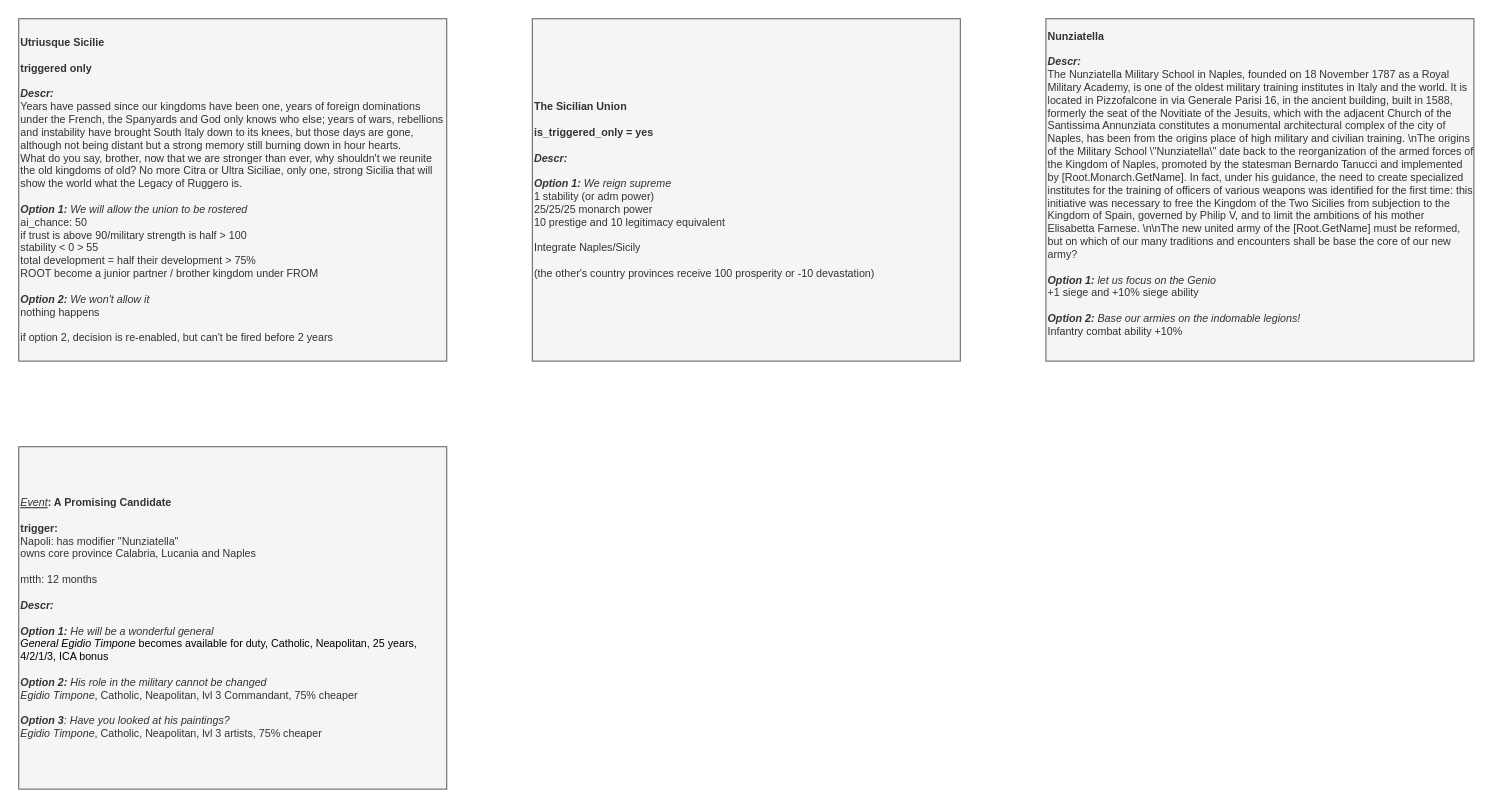
This is page "Event" (3 of 4) of It's Pizza and Cannoli Time/It's Pizza and Cannoli Time.drawio from Melvasul/Missions-Expanded, a draw.io file, before an edit. Source tidied: cells renumbered, new cells numbered last; positions are measured from the earlier drawing's top-left corner, leaving out a move shared by most shapes. Both pictures are drawn from the tidied source at 107%, with x=0, y=0 at pixel (18, 18).
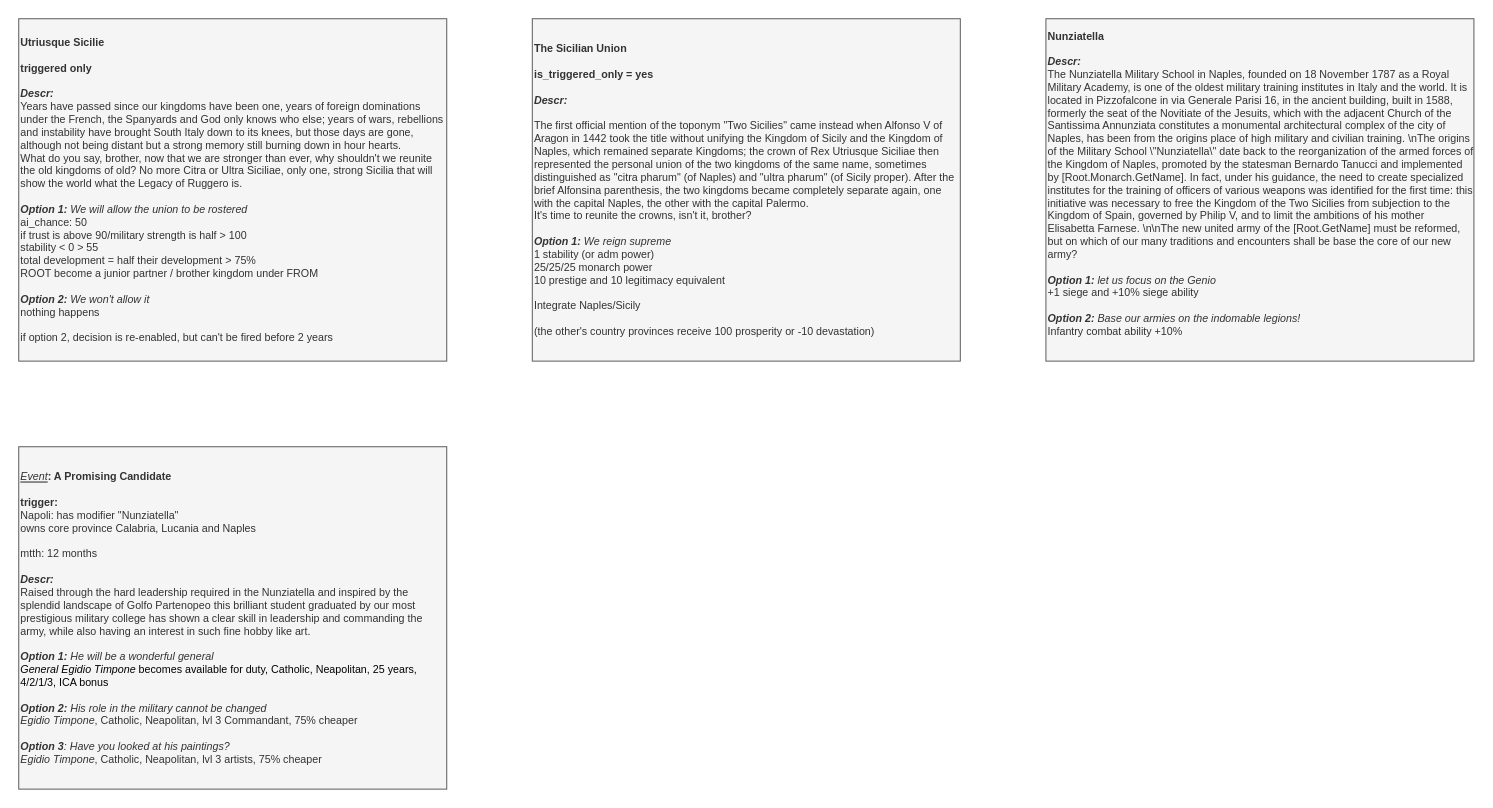
The same diagram, later.

What changed in the source:
```diff
@@
 <mxGraphModel>
   <root>
     <mxCell id="0" />
     <mxCell id="1" parent="0" />
     <mxCell id="2" value="&lt;div style=&quot;font-size: 10px&quot;&gt;&lt;b style=&quot;font-size: 10px&quot;&gt;Utriusque Sicilie&lt;/b&gt;&lt;/div&gt;&lt;div style=&quot;font-size: 10px&quot;&gt;&lt;b style=&quot;font-size: 10px&quot;&gt;&lt;br style=&quot;font-size: 10px&quot;&gt;&lt;/b&gt;&lt;/div&gt;&lt;div style=&quot;font-size: 10px&quot;&gt;&lt;b style=&quot;font-size: 10px&quot;&gt;triggered only&lt;/b&gt;&lt;/div&gt;&lt;div style=&quot;font-size: 10px&quot;&gt;&lt;b style=&quot;font-size: 10px&quot;&gt;&lt;br&gt;&lt;/b&gt;&lt;/div&gt;&lt;div style=&quot;font-size: 10px&quot;&gt;&lt;font style=&quot;font-size: 10px&quot;&gt;&lt;div style=&quot;font-size: 10px&quot;&gt;&lt;b style=&quot;font-size: 10px&quot;&gt;&lt;i style=&quot;font-size: 10px&quot;&gt;Descr:&amp;nbsp;&lt;/i&gt;&lt;/b&gt;&lt;/div&gt;&lt;div style=&quot;font-size: 10px&quot;&gt;Years have passed since our kingdoms have been one, years of foreign dominations under the French, the Spanyards and God only knows who else; years of wars, rebellions and instability have brought South Italy down to its knees, but those days are gone, although not being distant but a strong memory still burning down in hour hearts.&lt;/div&gt;&lt;div style=&quot;font-size: 10px&quot;&gt;What do you say, brother, now that we are stronger than ever, why shouldn't we reunite the old kingdoms of old? No more Citra or Ultra Siciliae, only one, strong Sicilia that will show the world what the Legacy of Ruggero is.&lt;/div&gt;&lt;div style=&quot;font-size: 10px&quot;&gt;&lt;br style=&quot;font-size: 10px&quot;&gt;&lt;/div&gt;&lt;/font&gt;&lt;/div&gt;&lt;div style=&quot;font-size: 10px&quot;&gt;&lt;/div&gt;&lt;font style=&quot;font-size: 10px&quot;&gt;&lt;b style=&quot;font-size: 10px ; font-style: italic&quot;&gt;Option 1:&lt;/b&gt;&lt;span style=&quot;font-size: 10px ; font-style: italic&quot;&gt; &lt;/span&gt;&lt;i style=&quot;font-size: 10px&quot;&gt;We will allow the union to be rostered&lt;br style=&quot;font-size: 10px&quot;&gt;&lt;/i&gt;ai_chance: 50&lt;br style=&quot;font-size: 10px&quot;&gt;if trust is above 90/military strength is half &amp;gt; 100&lt;br style=&quot;font-size: 10px&quot;&gt;stability &amp;lt; 0 &amp;gt; 55&lt;br style=&quot;font-size: 10px&quot;&gt;total development = half their development &amp;gt; 75%&lt;br style=&quot;font-size: 10px&quot;&gt;ROOT become a junior partner / brother kingdom under FROM&lt;br style=&quot;font-size: 10px&quot;&gt;&lt;br style=&quot;font-size: 10px&quot;&gt;&lt;span style=&quot;font-size: 10px&quot;&gt;&lt;i style=&quot;font-size: 10px&quot;&gt;&lt;b style=&quot;font-size: 10px&quot;&gt;Option 2:&lt;/b&gt;&amp;nbsp;&lt;/i&gt;&lt;span style=&quot;font-size: 10px&quot;&gt;&lt;i style=&quot;font-size: 10px&quot;&gt;We won't allow it&lt;/i&gt;&lt;/span&gt;&lt;/span&gt;&lt;div style=&quot;font-size: 10px&quot;&gt;nothing happens&lt;/div&gt;&lt;div style=&quot;font-size: 10px&quot;&gt;&lt;br style=&quot;font-size: 10px&quot;&gt;&lt;/div&gt;&lt;div style=&quot;font-size: 10px&quot;&gt;if option 2, decision is re-enabled, but can't be fired before 2 years&lt;/div&gt;&lt;/font&gt;" style="rounded=0;whiteSpace=wrap;html=1;align=left;fontSize=10;fillColor=#f5f5f5;strokeColor=#666666;fontColor=#333333;" parent="1" vertex="1">
       <mxGeometry width="400" height="320" as="geometry" />
     </mxCell>
-    <mxCell id="3" value="&lt;div style=&quot;font-size: 10px;&quot;&gt;&lt;i style=&quot;font-size: 10px;&quot;&gt;&lt;u style=&quot;font-size: 10px;&quot;&gt;Event&lt;/u&gt;&lt;/i&gt;&lt;b style=&quot;font-size: 10px;&quot;&gt;: A Promising Candidate&lt;/b&gt;&lt;/div&gt;&lt;div style=&quot;font-size: 10px;&quot;&gt;&lt;b style=&quot;font-size: 10px;&quot;&gt;&lt;br style=&quot;font-size: 10px;&quot;&gt;&lt;/b&gt;&lt;/div&gt;&lt;div style=&quot;font-size: 10px;&quot;&gt;&lt;span style=&quot;font-size: 10px;&quot;&gt;&lt;b style=&quot;font-size: 10px;&quot;&gt;trigger:&lt;/b&gt;&amp;nbsp;&lt;/span&gt;&lt;/div&gt;&lt;div style=&quot;font-size: 10px;&quot;&gt;&lt;span style=&quot;font-size: 10px;&quot;&gt;Napoli: has modifier &quot;Nunziatella&quot;&lt;/span&gt;&lt;/div&gt;&lt;div style=&quot;font-size: 10px;&quot;&gt;&lt;span style=&quot;font-size: 10px;&quot;&gt;owns core province Calabria, Lucania and Naples&lt;/span&gt;&lt;/div&gt;&lt;div style=&quot;font-size: 10px;&quot;&gt;&lt;span style=&quot;font-size: 10px;&quot;&gt;&lt;br style=&quot;font-size: 10px;&quot;&gt;&lt;/span&gt;&lt;/div&gt;&lt;div style=&quot;font-size: 10px;&quot;&gt;&lt;span style=&quot;font-size: 10px;&quot;&gt;mtth: 12 months&lt;/span&gt;&lt;/div&gt;&lt;div style=&quot;font-size: 10px;&quot;&gt;&lt;b style=&quot;font-size: 10px;&quot;&gt;&lt;br style=&quot;font-size: 10px;&quot;&gt;&lt;/b&gt;&lt;/div&gt;&lt;div style=&quot;font-size: 10px;&quot;&gt;&lt;font style=&quot;font-size: 10px;&quot;&gt;&lt;div style=&quot;font-size: 10px;&quot;&gt;&lt;b style=&quot;font-size: 10px;&quot;&gt;&lt;i style=&quot;font-size: 10px;&quot;&gt;Descr:&amp;nbsp;&lt;/i&gt;&lt;/b&gt;&lt;/div&gt;&lt;div style=&quot;font-size: 10px;&quot;&gt;&lt;br style=&quot;font-size: 10px;&quot;&gt;&lt;/div&gt;&lt;/font&gt;&lt;/div&gt;&lt;div style=&quot;font-size: 10px;&quot;&gt;&lt;/div&gt;&lt;font style=&quot;font-size: 10px;&quot;&gt;&lt;b style=&quot;font-size: 10px; font-style: italic;&quot;&gt;Option 1:&lt;/b&gt;&lt;span style=&quot;font-size: 10px; font-style: italic;&quot;&gt;&amp;nbsp;He will be a wonderful general&lt;/span&gt;&lt;br class=&quot;Apple-interchange-newline&quot; style=&quot;font-size: 10px;&quot;&gt;&lt;i style=&quot;font-size: 10px;&quot;&gt;&lt;span style=&quot;color: rgb(0, 0, 0); font-size: 10px;&quot;&gt;General&amp;nbsp;&lt;/span&gt;&lt;span style=&quot;color: rgb(0, 0, 0); font-size: 10px;&quot;&gt;Egidio Timpone&lt;/span&gt;&lt;/i&gt;&lt;span style=&quot;color: rgb(0, 0, 0); font-size: 10px;&quot;&gt;&amp;nbsp;becomes available for duty, Catholic, Neapolitan, 25 years, 4/2/1/3, ICA bonus&lt;/span&gt;&lt;br style=&quot;font-size: 10px;&quot;&gt;&lt;br style=&quot;font-size: 10px;&quot;&gt;&lt;span style=&quot;font-size: 10px;&quot;&gt;&lt;span style=&quot;font-size: 10px;&quot;&gt;&lt;b style=&quot;font-style: italic; font-size: 10px;&quot;&gt;Option 2:&lt;/b&gt;&lt;i style=&quot;font-size: 10px;&quot;&gt;&amp;nbsp;His role in the military cannot be changed&lt;/i&gt;&lt;br style=&quot;font-size: 10px;&quot;&gt;&lt;i style=&quot;font-size: 10px;&quot;&gt;Egidio Timpone&lt;/i&gt;, Catholic, Neapolitan, lvl 3 Commandant, 75% cheaper&lt;br style=&quot;font-size: 10px;&quot;&gt;&lt;br style=&quot;font-size: 10px;&quot;&gt;&lt;b style=&quot;font-style: italic; font-size: 10px;&quot;&gt;Option 3&lt;/b&gt;&lt;i style=&quot;font-size: 10px;&quot;&gt;: Have you looked at his paintings?&lt;/i&gt;&lt;br style=&quot;font-size: 10px;&quot;&gt;&lt;i style=&quot;font-size: 10px;&quot;&gt;Egidio Timpone&lt;/i&gt;, Catholic, Neapolitan, lvl 3 artists, 75% cheaper&lt;br style=&quot;font-size: 10px;&quot;&gt;&lt;/span&gt;&lt;/span&gt;&lt;/font&gt;" style="rounded=0;whiteSpace=wrap;html=1;align=left;fontSize=10;fillColor=#f5f5f5;strokeColor=#666666;fontColor=#333333;" parent="1" vertex="1">
+    <mxCell id="3" value="&lt;div style=&quot;font-size: 10px&quot;&gt;&lt;i style=&quot;font-size: 10px&quot;&gt;&lt;u style=&quot;font-size: 10px&quot;&gt;Event&lt;/u&gt;&lt;/i&gt;&lt;b style=&quot;font-size: 10px&quot;&gt;: A Promising Candidate&lt;/b&gt;&lt;/div&gt;&lt;div style=&quot;font-size: 10px&quot;&gt;&lt;b style=&quot;font-size: 10px&quot;&gt;&lt;br style=&quot;font-size: 10px&quot;&gt;&lt;/b&gt;&lt;/div&gt;&lt;div style=&quot;font-size: 10px&quot;&gt;&lt;span style=&quot;font-size: 10px&quot;&gt;&lt;b style=&quot;font-size: 10px&quot;&gt;trigger:&lt;/b&gt;&amp;nbsp;&lt;/span&gt;&lt;/div&gt;&lt;div style=&quot;font-size: 10px&quot;&gt;&lt;span style=&quot;font-size: 10px&quot;&gt;Napoli: has modifier &quot;Nunziatella&quot;&lt;/span&gt;&lt;/div&gt;&lt;div style=&quot;font-size: 10px&quot;&gt;&lt;span style=&quot;font-size: 10px&quot;&gt;owns core province Calabria, Lucania and Naples&lt;/span&gt;&lt;/div&gt;&lt;div style=&quot;font-size: 10px&quot;&gt;&lt;span style=&quot;font-size: 10px&quot;&gt;&lt;br style=&quot;font-size: 10px&quot;&gt;&lt;/span&gt;&lt;/div&gt;&lt;div style=&quot;font-size: 10px&quot;&gt;&lt;span style=&quot;font-size: 10px&quot;&gt;mtth: 12 months&lt;/span&gt;&lt;/div&gt;&lt;div style=&quot;font-size: 10px&quot;&gt;&lt;b style=&quot;font-size: 10px&quot;&gt;&lt;br style=&quot;font-size: 10px&quot;&gt;&lt;/b&gt;&lt;/div&gt;&lt;div&gt;&lt;font&gt;&lt;div style=&quot;font-size: 10px&quot;&gt;&lt;b style=&quot;font-size: 10px&quot;&gt;&lt;i style=&quot;font-size: 10px&quot;&gt;Descr:&amp;nbsp;&lt;/i&gt;&lt;/b&gt;&lt;/div&gt;&lt;div&gt;Raised through the hard leadership required in the Nunziatella and inspired by the splendid landscape of Golfo Partenopeo this brilliant student graduated by our most prestigious military college has shown a clear skill in leadership and commanding the army, while also having an interest in such fine hobby like art.&lt;br style=&quot;font-size: 10px&quot;&gt;&lt;/div&gt;&lt;div&gt;&lt;br&gt;&lt;/div&gt;&lt;/font&gt;&lt;/div&gt;&lt;div style=&quot;font-size: 10px&quot;&gt;&lt;/div&gt;&lt;font style=&quot;font-size: 10px&quot;&gt;&lt;b style=&quot;font-size: 10px ; font-style: italic&quot;&gt;Option 1:&lt;/b&gt;&lt;span style=&quot;font-size: 10px ; font-style: italic&quot;&gt;&amp;nbsp;He will be a wonderful general&lt;/span&gt;&lt;br class=&quot;Apple-interchange-newline&quot; style=&quot;font-size: 10px&quot;&gt;&lt;i style=&quot;font-size: 10px&quot;&gt;&lt;span style=&quot;color: rgb(0 , 0 , 0) ; font-size: 10px&quot;&gt;General&amp;nbsp;&lt;/span&gt;&lt;span style=&quot;color: rgb(0 , 0 , 0) ; font-size: 10px&quot;&gt;Egidio Timpone&lt;/span&gt;&lt;/i&gt;&lt;span style=&quot;color: rgb(0 , 0 , 0) ; font-size: 10px&quot;&gt;&amp;nbsp;becomes available for duty, Catholic, Neapolitan, 25 years, 4/2/1/3, ICA bonus&lt;/span&gt;&lt;br style=&quot;font-size: 10px&quot;&gt;&lt;br style=&quot;font-size: 10px&quot;&gt;&lt;span style=&quot;font-size: 10px&quot;&gt;&lt;span style=&quot;font-size: 10px&quot;&gt;&lt;b style=&quot;font-style: italic ; font-size: 10px&quot;&gt;Option 2:&lt;/b&gt;&lt;i style=&quot;font-size: 10px&quot;&gt;&amp;nbsp;His role in the military cannot be changed&lt;/i&gt;&lt;br style=&quot;font-size: 10px&quot;&gt;&lt;i style=&quot;font-size: 10px&quot;&gt;Egidio Timpone&lt;/i&gt;, Catholic, Neapolitan, lvl 3 Commandant, 75% cheaper&lt;br style=&quot;font-size: 10px&quot;&gt;&lt;br style=&quot;font-size: 10px&quot;&gt;&lt;b style=&quot;font-style: italic ; font-size: 10px&quot;&gt;Option 3&lt;/b&gt;&lt;i style=&quot;font-size: 10px&quot;&gt;: Have you looked at his paintings?&lt;/i&gt;&lt;br style=&quot;font-size: 10px&quot;&gt;&lt;i style=&quot;font-size: 10px&quot;&gt;Egidio Timpone&lt;/i&gt;, Catholic, Neapolitan, lvl 3 artists, 75% cheaper&lt;br style=&quot;font-size: 10px&quot;&gt;&lt;/span&gt;&lt;/span&gt;&lt;/font&gt;" style="rounded=0;whiteSpace=wrap;html=1;align=left;fontSize=10;fillColor=#f5f5f5;strokeColor=#666666;fontColor=#333333;" parent="1" vertex="1">
       <mxGeometry y="400" width="400" height="320" as="geometry" />
     </mxCell>
-    <mxCell id="4" value="&lt;div style=&quot;font-size: 10px;&quot;&gt;&lt;/div&gt;&lt;font style=&quot;font-size: 10px;&quot;&gt;&lt;b style=&quot;font-size: 10px;&quot;&gt;The Sicilian Union&lt;br style=&quot;font-size: 10px;&quot;&gt;&lt;/b&gt;&lt;br style=&quot;font-size: 10px;&quot;&gt;&lt;b style=&quot;font-size: 10px;&quot;&gt;is_triggered_only = yes&lt;br style=&quot;font-size: 10px;&quot;&gt;&lt;/b&gt;&lt;br style=&quot;font-size: 10px;&quot;&gt;&lt;b style=&quot;font-size: 10px;&quot;&gt;&lt;i style=&quot;font-size: 10px;&quot;&gt;Descr:&lt;/i&gt;&lt;/b&gt;&lt;br style=&quot;font-size: 10px;&quot;&gt;&lt;br style=&quot;font-size: 10px;&quot;&gt;&lt;i style=&quot;font-weight: bold; font-size: 10px;&quot;&gt;Option 1:&lt;/i&gt;&amp;nbsp;&lt;i style=&quot;font-size: 10px;&quot;&gt;We reign supreme&lt;/i&gt;&lt;br style=&quot;font-size: 10px;&quot;&gt;1 stability (or adm power)&lt;br style=&quot;font-size: 10px;&quot;&gt;25/25/25 monarch power&lt;br style=&quot;font-size: 10px;&quot;&gt;10 prestige and 10 legitimacy equivalent&lt;br style=&quot;font-size: 10px;&quot;&gt;&lt;br style=&quot;font-size: 10px;&quot;&gt;Integrate Naples/Sicily&lt;br style=&quot;font-size: 10px;&quot;&gt;&lt;br style=&quot;font-size: 10px;&quot;&gt;(the other's country provinces receive 100 prosperity or -10 devastation)&lt;br style=&quot;font-size: 10px;&quot;&gt;&lt;/font&gt;" style="rounded=0;whiteSpace=wrap;html=1;align=left;fontSize=10;fillColor=#f5f5f5;strokeColor=#666666;fontColor=#333333;fontFamily=Helvetica;" parent="1" vertex="1">
+    <mxCell id="4" value="&lt;div style=&quot;font-size: 10px&quot;&gt;&lt;/div&gt;&lt;font&gt;&lt;b style=&quot;font-size: 10px&quot;&gt;The Sicilian Union&lt;br style=&quot;font-size: 10px&quot;&gt;&lt;/b&gt;&lt;br style=&quot;font-size: 10px&quot;&gt;&lt;b style=&quot;font-size: 10px&quot;&gt;is_triggered_only = yes&lt;br style=&quot;font-size: 10px&quot;&gt;&lt;/b&gt;&lt;br style=&quot;font-size: 10px&quot;&gt;&lt;b style=&quot;font-size: 10px&quot;&gt;&lt;i style=&quot;font-size: 10px&quot;&gt;Descr:&lt;/i&gt;&lt;/b&gt;&lt;br style=&quot;font-size: 10px&quot;&gt;&lt;div&gt;&lt;br&gt;&lt;/div&gt;&lt;div&gt;The first official mention of the toponym &quot;Two Sicilies&quot; came instead when Alfonso V of Aragon in 1442 took the title without unifying the Kingdom of Sicily and the Kingdom of Naples, which remained separate Kingdoms; the crown of Rex Utriusque Siciliae then represented the personal union of the two kingdoms of the same name, sometimes distinguished as &quot;citra pharum&quot; (of Naples) and &quot;ultra pharum&quot; (of Sicily proper). After the brief Alfonsina parenthesis, the two kingdoms became completely separate again, one with the capital Naples, the other with the capital Palermo.&lt;/div&gt;&lt;div&gt;It's time to reunite the crowns, isn't it, brother?&lt;/div&gt;&lt;div&gt;&lt;br&gt;&lt;/div&gt;&lt;i style=&quot;font-size: 10px ; font-weight: bold&quot;&gt;Option 1:&lt;/i&gt;&amp;nbsp;&lt;i style=&quot;font-size: 10px&quot;&gt;We reign supreme&lt;/i&gt;&lt;br style=&quot;font-size: 10px&quot;&gt;1 stability (or adm power)&lt;br style=&quot;font-size: 10px&quot;&gt;25/25/25 monarch power&lt;br style=&quot;font-size: 10px&quot;&gt;10 prestige and 10 legitimacy equivalent&lt;br style=&quot;font-size: 10px&quot;&gt;&lt;br style=&quot;font-size: 10px&quot;&gt;Integrate Naples/Sicily&lt;br style=&quot;font-size: 10px&quot;&gt;&lt;br style=&quot;font-size: 10px&quot;&gt;(the other's country provinces receive 100 prosperity or -10 devastation)&lt;br style=&quot;font-size: 10px&quot;&gt;&lt;/font&gt;" style="rounded=0;whiteSpace=wrap;html=1;align=left;fontSize=10;fillColor=#f5f5f5;strokeColor=#666666;fontColor=#333333;fontFamily=Helvetica;" parent="1" vertex="1">
       <mxGeometry x="480" width="400" height="320" as="geometry" />
     </mxCell>
     <mxCell id="5" value="&lt;div style=&quot;font-size: 10px&quot;&gt;&lt;b style=&quot;font-size: 10px&quot;&gt;Nunziatella&lt;/b&gt;&lt;/div&gt;&lt;div style=&quot;font-size: 10px&quot;&gt;&lt;br style=&quot;font-size: 10px&quot;&gt;&lt;/div&gt;&lt;div style=&quot;font-size: 10px&quot;&gt;&lt;b&gt;&lt;i&gt;Descr:&lt;/i&gt;&lt;/b&gt;&lt;br&gt;&lt;/div&gt;&lt;div&gt;&lt;font&gt;&lt;div style=&quot;font-size: 10px&quot;&gt;The Nunziatella Military School in Naples, founded on 18 November 1787 as a Royal Military Academy, is one of the oldest military training institutes in Italy and the world. It is located in Pizzofalcone in via Generale Parisi 16, in the ancient building, built in 1588, formerly the seat of the Novitiate of the Jesuits, which with the adjacent Church of the Santissima Annunziata constitutes a monumental architectural complex of the city of Naples, has been from the origins place of high military and civilian training. \n&lt;span style=&quot;font-size: 10px&quot;&gt;The origins of the Military School \&quot;Nunziatella\&quot; date back to the reorganization of the armed forces of the Kingdom of Naples, promoted by the statesman Bernardo Tanucci and implemented by [Root.Monarch.GetName]. In fact, under his guidance, the need to create specialized institutes for the training of officers of various weapons was identified for the first time: this initiative was necessary to free the Kingdom of the Two Sicilies from subjection to the Kingdom of Spain, governed by Philip V, and to limit the ambitions of his mother Elisabetta Farnese. \n\n&lt;/span&gt;&lt;span style=&quot;font-size: 10px&quot;&gt;The new united army of the [Root.GetName] must be reformed, but on which of our many traditions and encounters shall be base the core of our new army?&lt;/span&gt;&lt;/div&gt;&lt;div style=&quot;font-size: 10px&quot;&gt;&lt;span style=&quot;font-size: 10px&quot;&gt;&lt;br style=&quot;font-size: 10px&quot;&gt;&lt;/span&gt;&lt;/div&gt;&lt;div&gt;&lt;b style=&quot;font-size: 10px&quot;&gt;&lt;i style=&quot;font-size: 10px&quot;&gt;Option 1:&lt;/i&gt;&lt;/b&gt;&lt;i style=&quot;font-size: 10px&quot;&gt;&amp;nbsp;let us focus on the Genio&lt;/i&gt;&lt;br style=&quot;font-size: 10px&quot;&gt;+1 siege and +10% siege ability&lt;br style=&quot;font-size: 10px&quot;&gt;&lt;br style=&quot;font-size: 10px&quot;&gt;&lt;i style=&quot;font-size: 10px&quot;&gt;&lt;b style=&quot;font-size: 10px&quot;&gt;Option 2:&amp;nbsp;&lt;/b&gt;&lt;/i&gt;&lt;i&gt;Base our armies on the indomable legions!&lt;/i&gt;&lt;br style=&quot;font-size: 10px&quot;&gt;Infantry combat ability +10%&lt;/div&gt;&lt;/font&gt;&lt;/div&gt;&lt;font style=&quot;font-size: 10px&quot;&gt;&lt;br style=&quot;font-size: 10px&quot;&gt;&lt;/font&gt;" style="rounded=0;whiteSpace=wrap;html=1;align=left;fontSize=10;fillColor=#f5f5f5;strokeColor=#666666;fontColor=#333333;fontFamily=Helvetica;" parent="1" vertex="1">
       <mxGeometry x="960" width="400" height="320" as="geometry" />
     </mxCell>
   </root>
 </mxGraphModel>
```
